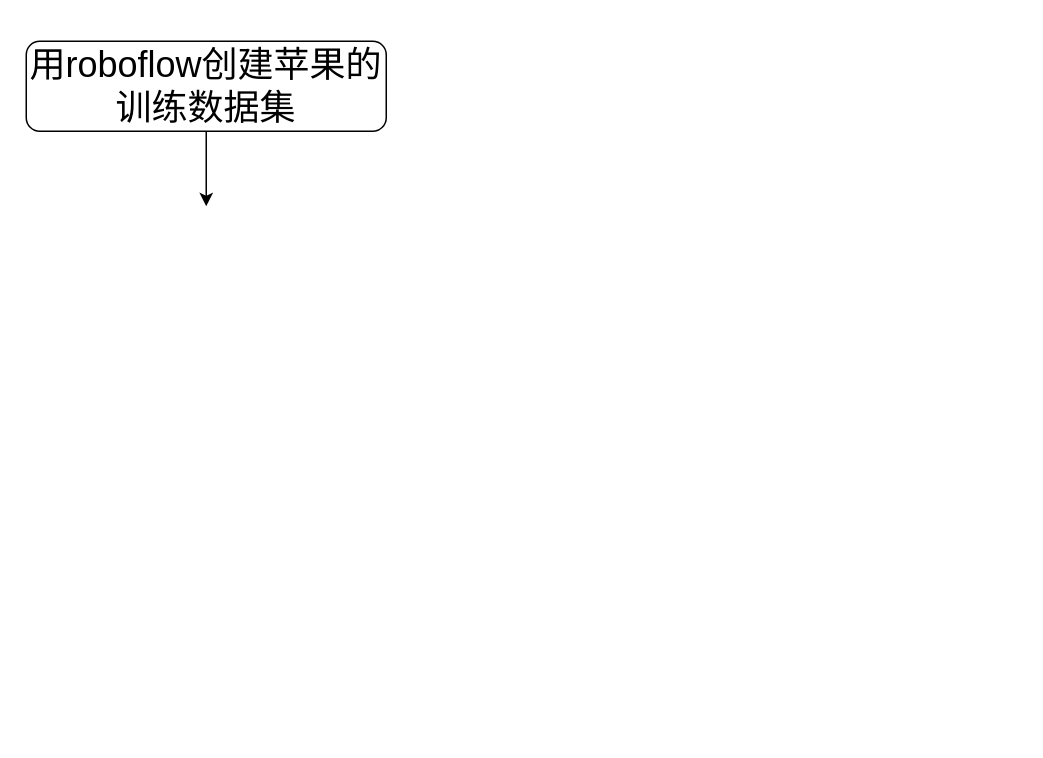
This is all/智能农机系统.drawio from accounter895/true-draw.io, a draw.io file, before an edit. Source tidied: cells renumbered, new cells numbered last; positions are measured from the earlier drawing's top-left corner, leaving out a move shared by most shapes. Both pictures are drawn from the tidied source at 150%, with x=0, y=0 at pixel (26, 40).
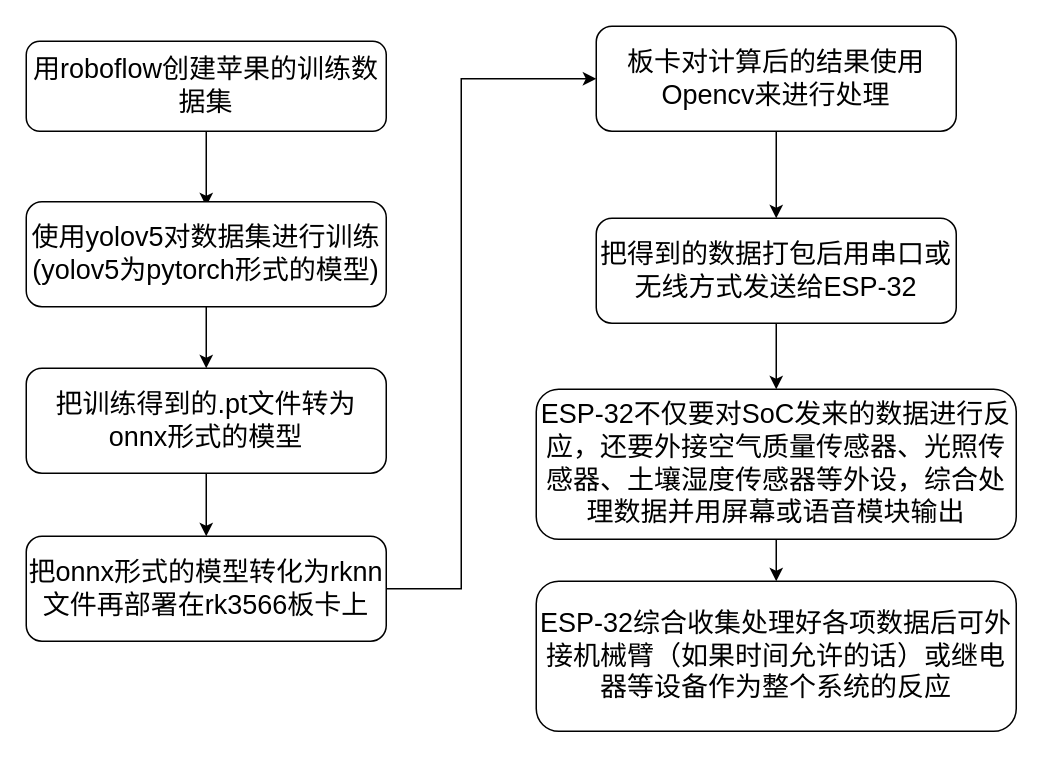
The same page after the edit.

Commit message (it also covers changes not shown here):
更新智能农机系统.drawio

Diff of the diagram source:
```diff
@@
 <mxGraphModel>
   <root>
     <mxCell id="0" />
     <mxCell id="1" parent="0" />
     <mxCell id="2" style="edgeStyle=orthogonalEdgeStyle;rounded=0;jettySize=auto;html=1;flowAnimation=0;shadow=0;" parent="1" edge="1" source="3">
       <mxGeometry relative="1" as="geometry">
         <mxPoint x="120" y="110" as="targetPoint" />
       </mxGeometry>
     </mxCell>
-    <mxCell id="3" value="&lt;font style=&quot;font-size: 24px;&quot;&gt;用roboflow创建苹果的训练数据集&lt;/font&gt;" style="rounded=1;whiteSpace=wrap;html=1;" parent="1" vertex="1">
+    <mxCell id="3" value="&lt;font style=&quot;font-size: 18px;&quot;&gt;用roboflow创建苹果的训练数据集&lt;/font&gt;" style="rounded=1;whiteSpace=wrap;html=1;" parent="1" vertex="1">
       <mxGeometry width="240" height="60" as="geometry" />
     </mxCell>
+    <mxCell id="4" style="edgeStyle=orthogonalEdgeStyle;rounded=0;jettySize=auto;html=1;" parent="1" edge="1" source="5" target="7">
+      <mxGeometry relative="1" as="geometry" />
+    </mxCell>
+    <mxCell id="5" value="&lt;font style=&quot;font-size: 18px;&quot;&gt;使用yolov5对数据集进行训练(yolov5为pytorch形式的模型)&lt;/font&gt;" style="rounded=1;whiteSpace=wrap;html=1;" parent="1" vertex="1">
+      <mxGeometry y="107" width="240" height="70" as="geometry" />
+    </mxCell>
+    <mxCell id="6" style="edgeStyle=orthogonalEdgeStyle;rounded=0;jettySize=auto;html=1;" parent="1" edge="1" source="7" target="9">
+      <mxGeometry relative="1" as="geometry" />
+    </mxCell>
+    <mxCell id="7" value="&lt;span style=&quot;font-size: 18px;&quot;&gt;把训练得到的.pt文件转为onnx形式的模型&lt;/span&gt;" style="rounded=1;whiteSpace=wrap;html=1;" parent="1" vertex="1">
+      <mxGeometry y="218" width="240" height="70" as="geometry" />
+    </mxCell>
+    <mxCell id="8" style="edgeStyle=orthogonalEdgeStyle;rounded=0;jettySize=auto;html=1;" parent="1" edge="1" source="9" target="11">
+      <mxGeometry relative="1" as="geometry">
+        <Array as="points">
+          <mxPoint x="290" y="365" />
+          <mxPoint x="290" y="25" />
+        </Array>
+      </mxGeometry>
+    </mxCell>
+    <mxCell id="9" value="&lt;span style=&quot;font-size: 18px;&quot;&gt;把onnx形式的模型转化为rknn文件再部署在rk3566板卡上&lt;/span&gt;" style="rounded=1;whiteSpace=wrap;html=1;" parent="1" vertex="1">
+      <mxGeometry y="330" width="240" height="70" as="geometry" />
+    </mxCell>
+    <mxCell id="10" style="edgeStyle=orthogonalEdgeStyle;rounded=0;jettySize=auto;html=1;" parent="1" edge="1" source="11" target="13">
+      <mxGeometry relative="1" as="geometry" />
+    </mxCell>
+    <mxCell id="11" value="&lt;span style=&quot;font-size: 18px;&quot;&gt;板卡对计算后的结果使用Opencv来进行处理&lt;/span&gt;" style="rounded=1;whiteSpace=wrap;html=1;" parent="1" vertex="1">
+      <mxGeometry x="380" y="-10" width="240" height="70" as="geometry" />
+    </mxCell>
+    <mxCell id="12" style="edgeStyle=orthogonalEdgeStyle;rounded=0;jettySize=auto;html=1;" parent="1" edge="1" source="13" target="15">
+      <mxGeometry relative="1" as="geometry" />
+    </mxCell>
+    <mxCell id="13" value="&lt;span style=&quot;font-size: 18px;&quot;&gt;把得到的数据打包后用串口或无线方式发送给ESP-32&lt;/span&gt;" style="rounded=1;whiteSpace=wrap;html=1;" parent="1" vertex="1">
+      <mxGeometry x="380" y="118" width="240" height="70" as="geometry" />
+    </mxCell>
+    <mxCell id="14" style="edgeStyle=orthogonalEdgeStyle;rounded=0;jettySize=auto;html=1;" parent="1" edge="1" source="15" target="16">
+      <mxGeometry relative="1" as="geometry" />
+    </mxCell>
+    <mxCell id="15" value="&lt;span style=&quot;font-size: 18px;&quot;&gt;ESP-32不仅要对SoC发来的数据进行反应，还要外接空气质量传感器、光照传感器、土壤湿度传感器等外设，综合处理数据并用屏幕或语音模块输出&lt;/span&gt;" style="rounded=1;whiteSpace=wrap;html=1;" parent="1" vertex="1">
+      <mxGeometry x="340" y="232" width="320" height="100" as="geometry" />
+    </mxCell>
+    <mxCell id="16" value="&lt;span style=&quot;font-size: 18px;&quot;&gt;ESP-32综合收集处理好各项数据后可外接机械臂（如果时间允许的话）或继电器等设备作为整个系统的反应&lt;/span&gt;" style="rounded=1;whiteSpace=wrap;html=1;" parent="1" vertex="1">
+      <mxGeometry x="340" y="360" width="320" height="100" as="geometry" />
+    </mxCell>
   </root>
 </mxGraphModel>
```
